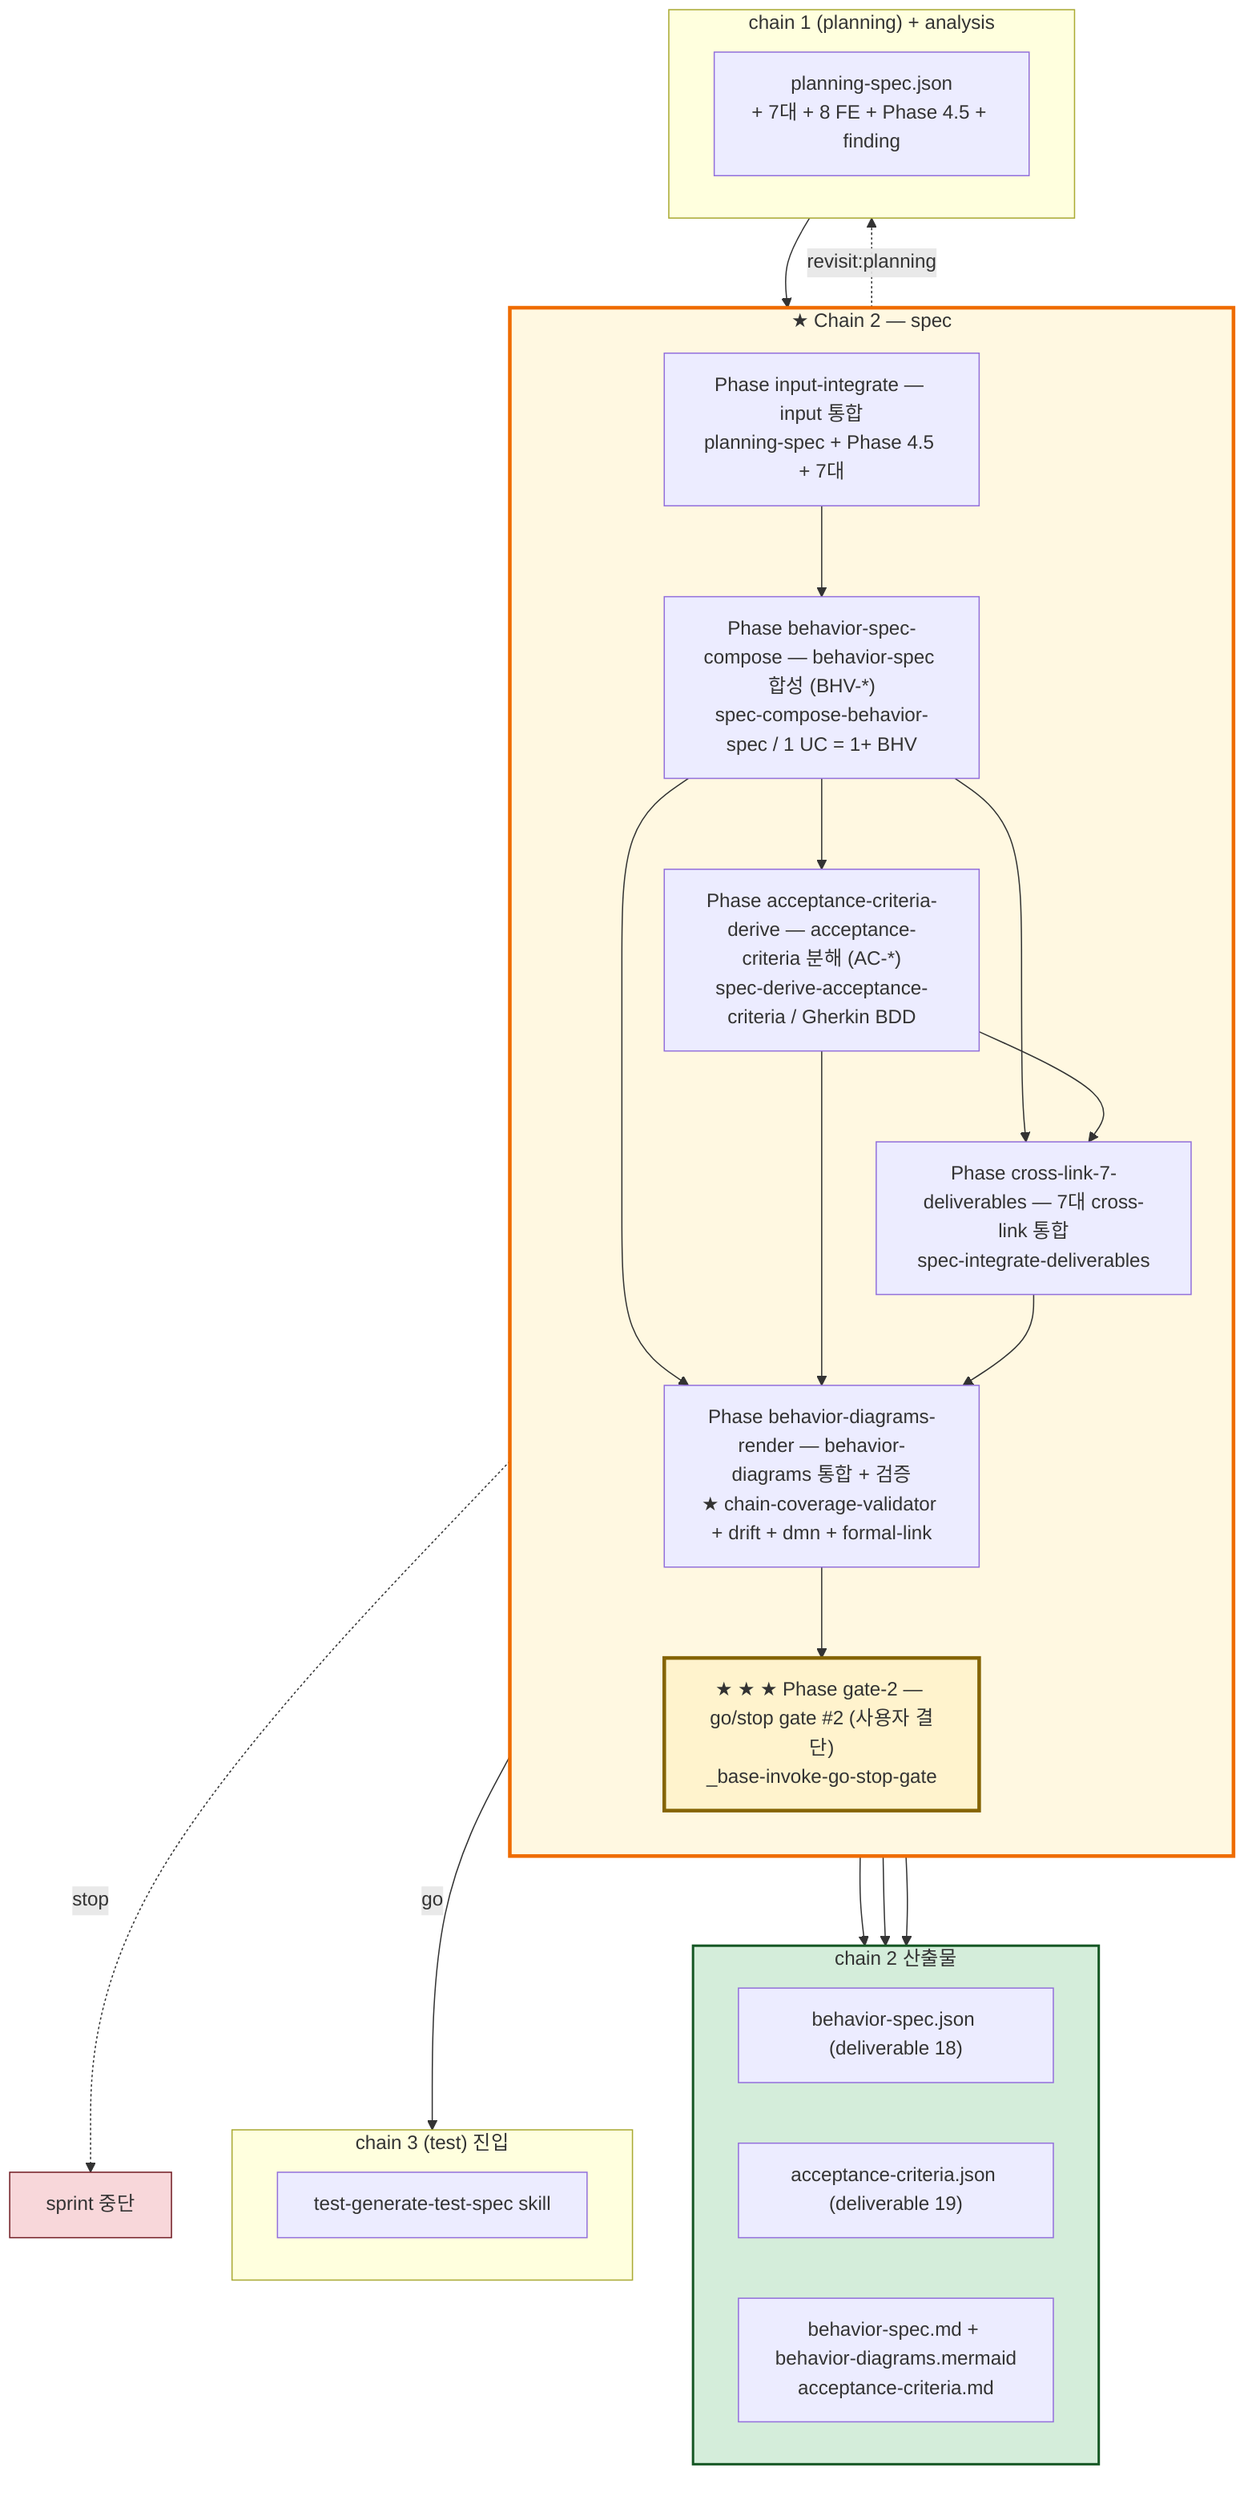
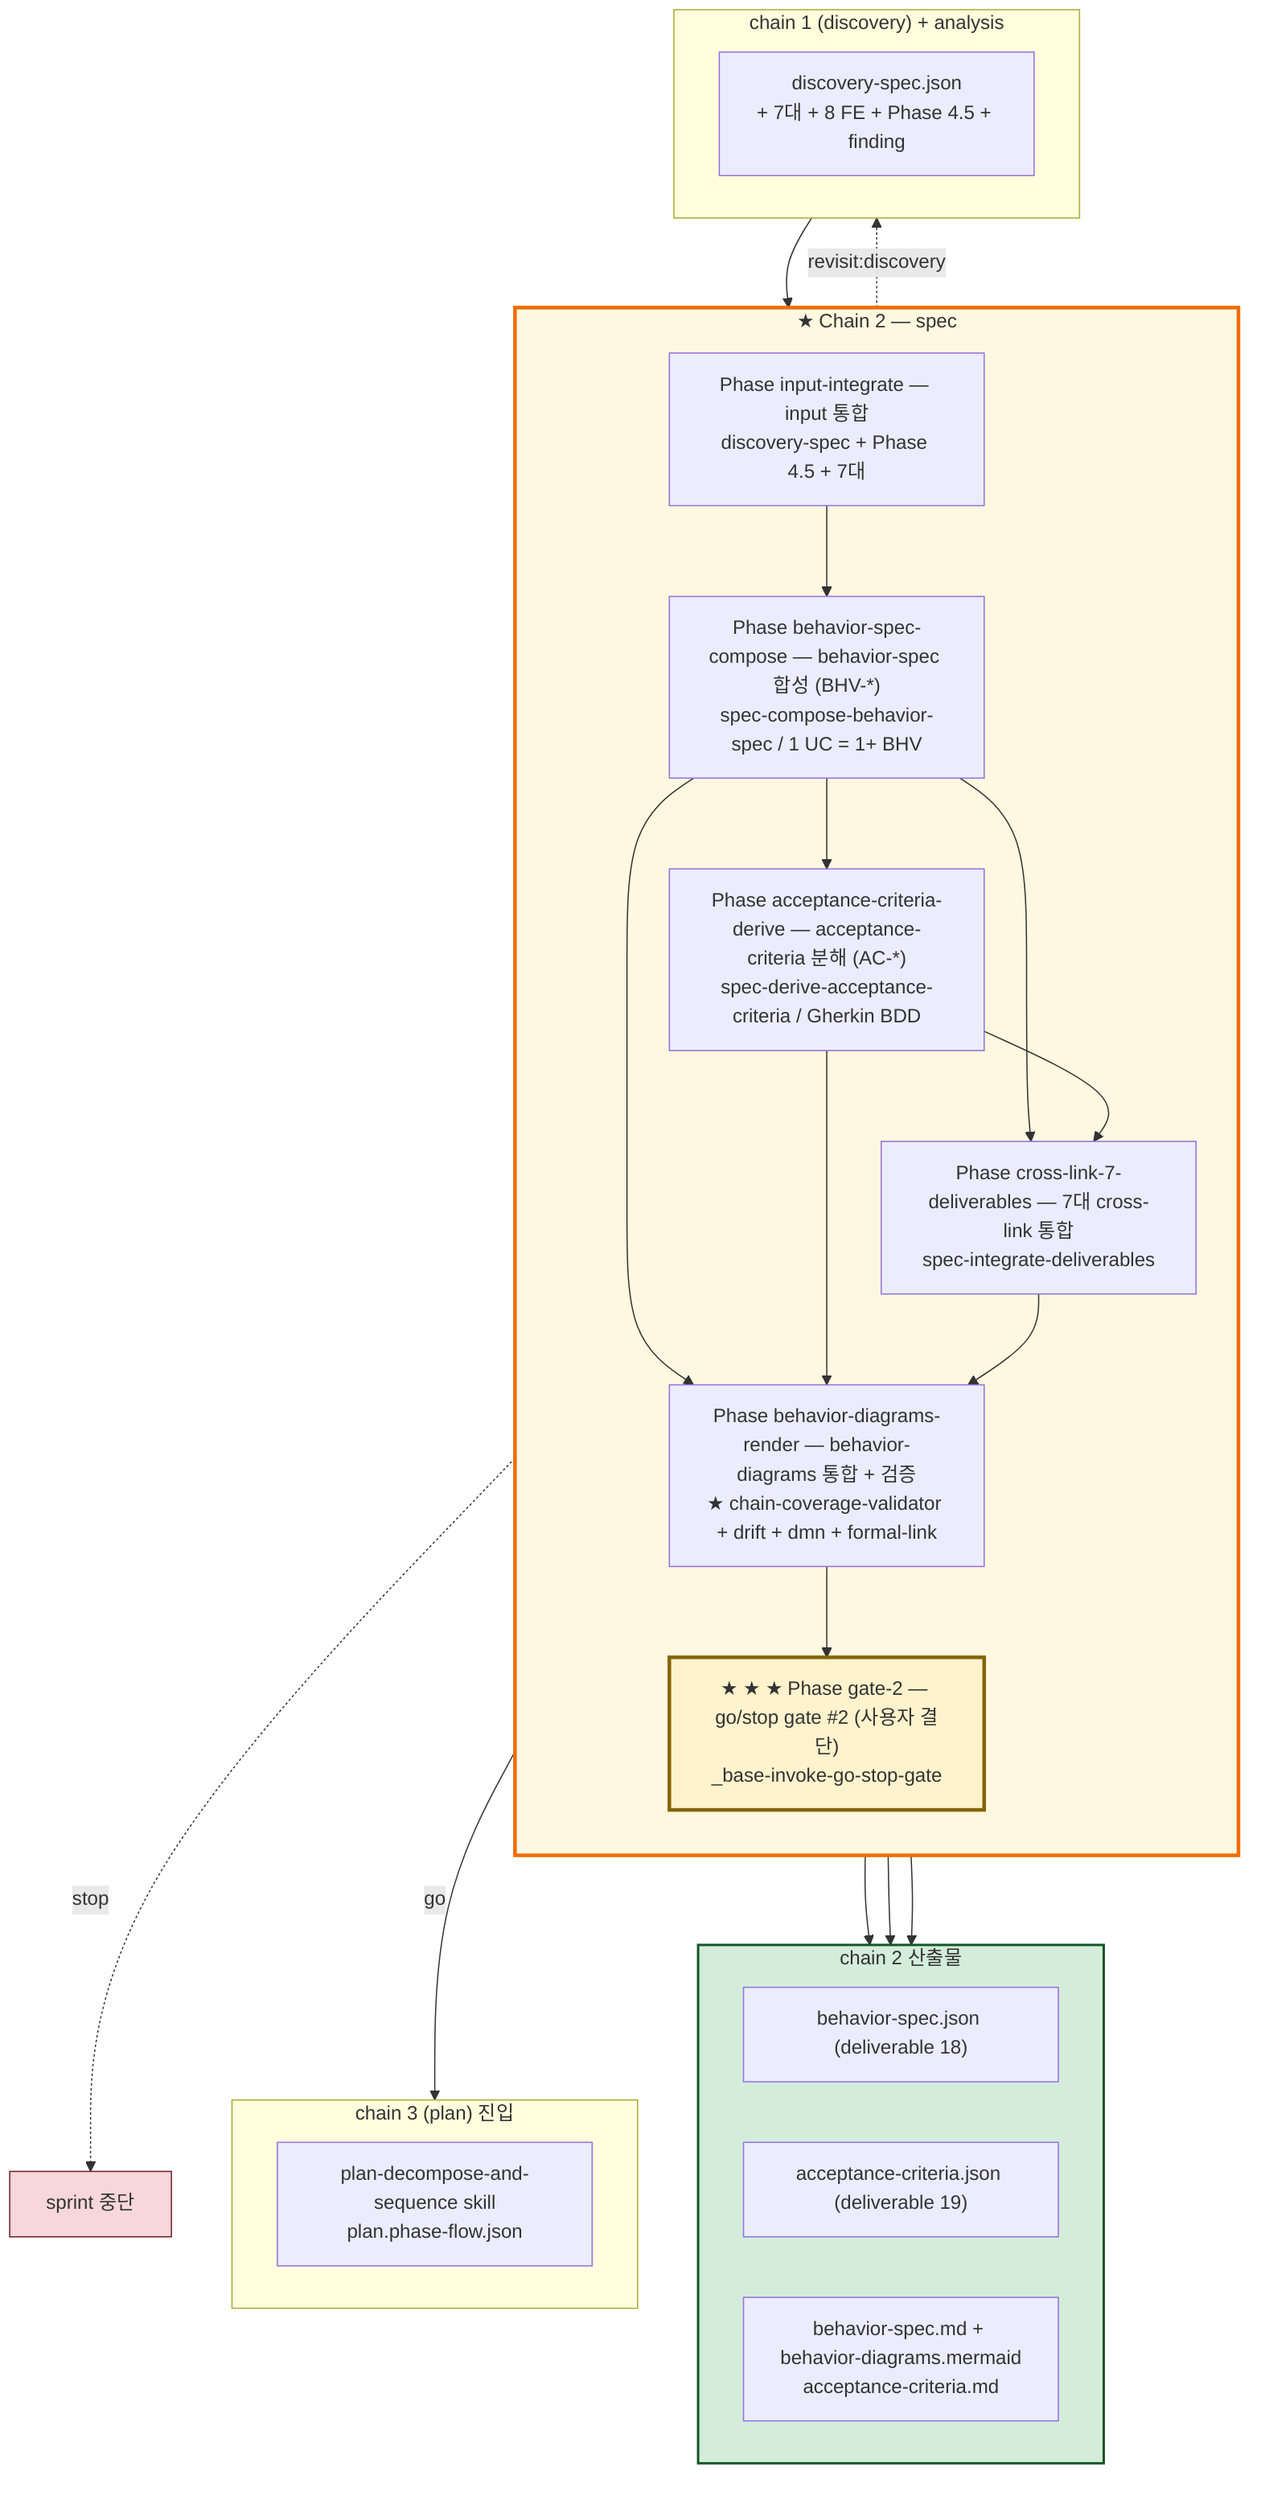
%% ★ ★ v2.0 chain 2 (spec) phase flow — 사람 눈 (mermaid)
%% AI 눈 짝: spec.phase-flow.json (drift-validator 호환)
%% ★ ★ ★ v3.1.0 — phase ID 의미 ID rename (D-3 paradigm / depends_on 그래프 SSOT / 위상정렬 자동).
%% subgraph id = `P_<semantic_id>` (P 접두사 + underscore — mermaid 문법 호환 + drift-validator 정규식 호환).
%% ADR-008 v2 §10 + ADR-CHAIN-001 정합

flowchart TB
    subgraph C2["★ Chain 2 — spec"]
        direction TB

-         P_input_integrate["Phase input-integrate — input 통합<br/>planning-spec + Phase 4.5 + 7대"]
+         P_input_integrate["Phase input-integrate — input 통합<br/>discovery-spec + Phase 4.5 + 7대"]
        P_behavior_spec_compose["Phase behavior-spec-compose — behavior-spec 합성 (BHV-*)<br/>spec-compose-behavior-spec / 1 UC = 1+ BHV"]
        P_acceptance_criteria_derive["Phase acceptance-criteria-derive — acceptance-criteria 분해 (AC-*)<br/>spec-derive-acceptance-criteria / Gherkin BDD"]
        P_cross_link_7_deliverables["Phase cross-link-7-deliverables — 7대 cross-link 통합<br/>spec-integrate-deliverables"]
        P_behavior_diagrams_render["Phase behavior-diagrams-render — behavior-diagrams 통합 + 검증<br/>★ chain-coverage-validator + drift + dmn + formal-link"]
        P_gate_2["★ ★ ★ Phase gate-2 — go/stop gate #2 (사용자 결단)<br/>_base-invoke-go-stop-gate"]

        P_input_integrate --> P_behavior_spec_compose
        P_behavior_spec_compose --> P_acceptance_criteria_derive
        P_behavior_spec_compose --> P_cross_link_7_deliverables
        P_acceptance_criteria_derive --> P_cross_link_7_deliverables
        P_behavior_spec_compose --> P_behavior_diagrams_render
        P_acceptance_criteria_derive --> P_behavior_diagrams_render
        P_cross_link_7_deliverables --> P_behavior_diagrams_render
        P_behavior_diagrams_render --> P_gate_2
    end

-     subgraph IN["chain 1 (planning) + analysis"]
-         IN_OUT["planning-spec.json<br/>+ 7대 + 8 FE + Phase 4.5 + finding"]
+     subgraph IN["chain 1 (discovery) + analysis"]
+         IN_OUT["discovery-spec.json<br/>+ 7대 + 8 FE + Phase 4.5 + finding"]
    end

    subgraph OUT["chain 2 산출물"]
        direction LR
        OUT_BHV["behavior-spec.json (deliverable 18)"]
        OUT_AC["acceptance-criteria.json (deliverable 19)"]
        OUT_MD["behavior-spec.md + behavior-diagrams.mermaid<br/>acceptance-criteria.md"]
    end

-     subgraph NEXT["chain 3 (test) 진입"]
-         N1["test-generate-test-spec skill"]
+     subgraph NEXT["chain 3 (plan) 진입"]
+         N1["plan-decompose-and-sequence skill<br/>plan.phase-flow.json"]
    end

    IN --> P_input_integrate
    P_behavior_diagrams_render --> OUT_BHV
    P_behavior_diagrams_render --> OUT_AC
    P_behavior_diagrams_render --> OUT_MD
    P_gate_2 -->|"go"| NEXT
    P_gate_2 -.->|"stop"| STOP["sprint 중단"]
-     P_gate_2 -.->|"revisit:planning"| IN
+     P_gate_2 -.->|"revisit:discovery"| IN

    classDef chain2 fill:#fff8e1,stroke:#ef6c00,stroke-width:3px
    classDef gate fill:#fff3cd,stroke:#856404,stroke-width:3px
    classDef out fill:#d4edda,stroke:#155724,stroke-width:2px
    classDef stop fill:#f8d7da,stroke:#721c24
    class C2 chain2
    class P_gate_2 gate
    class OUT out
    class STOP stop
